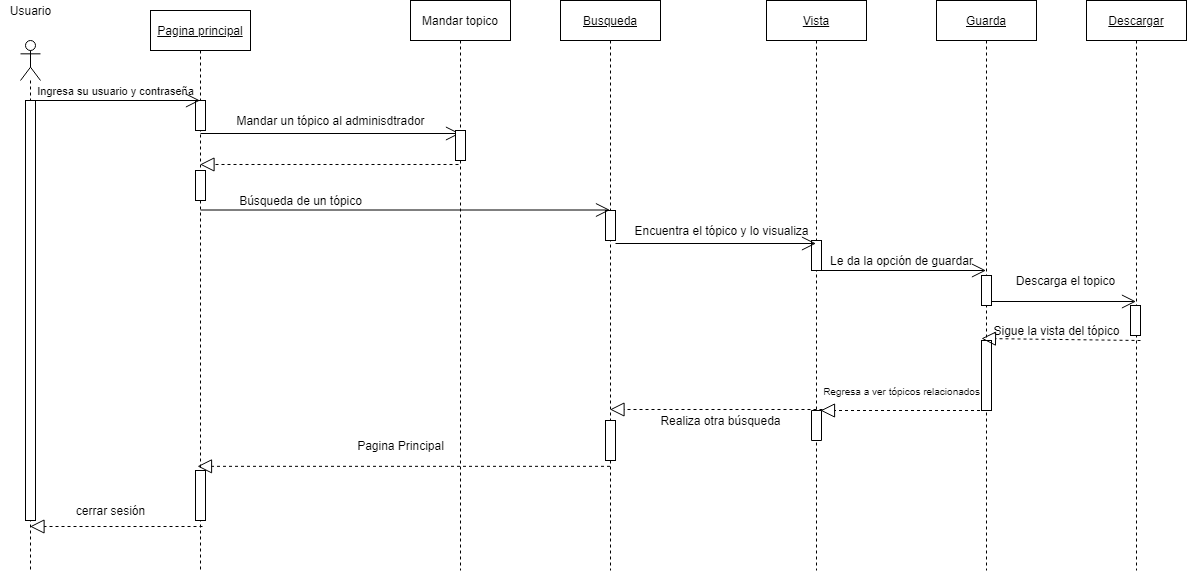
This is Diagramas/Diagramadesecuencausuario.drawio.png from vanessamRodriguez/Analisis-Avanzado-de-Software, a draw.io export, as it was before one commit. Source tidied: cells renumbered, new cells last; positions are measured from the earlier drawing's top-left corner, leaving out a move shared by most shapes. Its diagram source:
```xml
<mxGraphModel>
  <root>
    <mxCell id="0" />
    <mxCell id="1" parent="0" />
    <mxCell id="2" value="&lt;u&gt;Pagina principal&lt;/u&gt;" style="shape=umlLifeline;perimeter=lifelinePerimeter;whiteSpace=wrap;html=1;outlineConnect=0;" parent="1" vertex="1">
      <mxGeometry x="150" y="10" width="100" height="560" as="geometry" />
    </mxCell>
    <mxCell id="3" style="html=1;perimeter=orthogonalPerimeter;" parent="2" vertex="1">
      <mxGeometry x="45" y="90" width="10" height="30" as="geometry" />
    </mxCell>
    <mxCell id="4" style="endArrow=open;endFill=1;endSize=12;html=1;" parent="2" edge="1" target="33">
      <mxGeometry relative="1" as="geometry">
        <mxPoint x="50" y="123" as="sourcePoint" />
      </mxGeometry>
    </mxCell>
    <mxCell id="5" style="html=1;perimeter=orthogonalPerimeter;" parent="2" vertex="1">
      <mxGeometry x="45" y="160" width="10" height="30" as="geometry" />
    </mxCell>
    <mxCell id="6" style="html=1;points=[];perimeter=orthogonalPerimeter;" parent="2" vertex="1">
      <mxGeometry x="45" y="460" width="10" height="50" as="geometry" />
    </mxCell>
    <mxCell id="7" style="shape=umlLifeline;participant=umlActor;perimeter=lifelinePerimeter;whiteSpace=wrap;html=1;verticalAlign=top;spacingTop=36;outlineConnect=0;" parent="1" vertex="1">
      <mxGeometry x="20" y="40" width="20" height="530" as="geometry" />
    </mxCell>
    <mxCell id="8" style="endArrow=open;endFill=1;endSize=12;html=1;" parent="7" edge="1" target="2">
      <mxGeometry relative="1" as="geometry">
        <mxPoint x="10" y="60" as="sourcePoint" />
      </mxGeometry>
    </mxCell>
    <mxCell id="9" style="html=1;perimeter=orthogonalPerimeter;" parent="7" vertex="1">
      <mxGeometry x="5" y="60" width="10" height="420" as="geometry" />
    </mxCell>
    <mxCell id="10" value="Usuario" style="text;html=1;align=center;verticalAlign=middle;strokeColor=none;" parent="1" vertex="1">
      <mxGeometry width="60" height="20" as="geometry" />
    </mxCell>
    <mxCell id="11" value="&lt;font style=&quot;font-size: 11px&quot;&gt;Ingresa su usuario y contraseña&lt;/font&gt;" style="text;html=1;align=center;verticalAlign=middle;strokeColor=none;" parent="1" vertex="1">
      <mxGeometry x="30" y="80" width="170" height="20" as="geometry" />
    </mxCell>
    <mxCell id="12" value="&lt;u&gt;Busqueda&lt;/u&gt;" style="shape=umlLifeline;perimeter=lifelinePerimeter;whiteSpace=wrap;html=1;outlineConnect=0;" parent="1" vertex="1">
      <mxGeometry x="560" width="100" height="570" as="geometry" />
    </mxCell>
    <mxCell id="13" style="html=1;points=[];perimeter=orthogonalPerimeter;" parent="12" vertex="1">
      <mxGeometry x="45" y="210" width="10" height="30" as="geometry" />
    </mxCell>
    <mxCell id="14" style="html=1;perimeter=orthogonalPerimeter;" parent="12" vertex="1">
      <mxGeometry x="45" y="420" width="10" height="40" as="geometry" />
    </mxCell>
    <mxCell id="15" value="&lt;u&gt;Vista&lt;/u&gt;" style="shape=umlLifeline;perimeter=lifelinePerimeter;whiteSpace=wrap;html=1;outlineConnect=0;" parent="1" vertex="1">
      <mxGeometry x="766" width="100" height="570" as="geometry" />
    </mxCell>
    <mxCell id="16" style="html=1;perimeter=orthogonalPerimeter;" parent="15" vertex="1">
      <mxGeometry x="45" y="240" width="10" height="30" as="geometry" />
    </mxCell>
    <mxCell id="17" style="html=1;points=[];perimeter=orthogonalPerimeter;direction=west;" parent="15" vertex="1">
      <mxGeometry x="45" y="410" width="10" height="30" as="geometry" />
    </mxCell>
    <mxCell id="18" value="&lt;u&gt;Guarda&lt;/u&gt;" style="shape=umlLifeline;perimeter=lifelinePerimeter;whiteSpace=wrap;html=1;outlineConnect=0;" parent="1" vertex="1">
      <mxGeometry x="936" width="100" height="570" as="geometry" />
    </mxCell>
    <mxCell id="19" style="html=1;points=[];perimeter=orthogonalPerimeter;" parent="18" vertex="1">
      <mxGeometry x="45" y="275" width="10" height="30" as="geometry" />
    </mxCell>
    <mxCell id="20" style="html=1;perimeter=orthogonalPerimeter;" parent="18" vertex="1">
      <mxGeometry x="45" y="340" width="10" height="70" as="geometry" />
    </mxCell>
    <mxCell id="21" value="Mandar un tópico al adminisdtrador" style="text;html=1;align=center;verticalAlign=middle;strokeColor=none;" parent="1" vertex="1">
      <mxGeometry x="230" y="110" width="200" height="20" as="geometry" />
    </mxCell>
    <mxCell id="22" value="Encuentra el tópico y lo visualiza" style="text;html=1;align=center;verticalAlign=middle;strokeColor=none;" parent="1" vertex="1">
      <mxGeometry x="626" y="220" width="190" height="20" as="geometry" />
    </mxCell>
    <mxCell id="23" value="Le da la opción de guardar" style="text;html=1;align=center;verticalAlign=middle;strokeColor=none;" parent="1" vertex="1">
      <mxGeometry x="821" y="250" width="160" height="20" as="geometry" />
    </mxCell>
    <mxCell id="24" value="&lt;font style=&quot;font-size: 10px&quot;&gt;Regresa a ver tópicos relacionados&lt;/font&gt;" style="text;html=1;align=center;verticalAlign=middle;strokeColor=none;" parent="1" vertex="1">
      <mxGeometry x="816" y="380" width="170" height="20" as="geometry" />
    </mxCell>
    <mxCell id="25" value="Realiza otra búsqueda" style="text;html=1;align=center;verticalAlign=middle;strokeColor=none;" parent="1" vertex="1">
      <mxGeometry x="650" y="410" width="140" height="20" as="geometry" />
    </mxCell>
    <mxCell id="26" value="Pagina Principal" style="text;html=1;align=center;verticalAlign=middle;strokeColor=none;" parent="1" vertex="1">
      <mxGeometry x="350" y="435" width="100" height="20" as="geometry" />
    </mxCell>
    <mxCell id="27" value="cerrar sesión" style="text;html=1;align=center;verticalAlign=middle;strokeColor=none;" parent="1" vertex="1">
      <mxGeometry x="70" y="500" width="80" height="20" as="geometry" />
    </mxCell>
    <mxCell id="28" value="&lt;u&gt;Descargar&lt;/u&gt;" style="shape=umlLifeline;perimeter=lifelinePerimeter;whiteSpace=wrap;html=1;outlineConnect=0;" parent="1" vertex="1">
      <mxGeometry x="1086" width="100" height="570" as="geometry" />
    </mxCell>
    <mxCell id="29" style="html=1;points=[];perimeter=orthogonalPerimeter;" parent="28" vertex="1">
      <mxGeometry x="44" y="305" width="10" height="30" as="geometry" />
    </mxCell>
    <mxCell id="30" style="endArrow=open;endFill=1;endSize=12;html=1;exitX=1;exitY=0.867;exitDx=0;exitDy=0;exitPerimeter=0;" parent="1" edge="1" source="19" target="28">
      <mxGeometry relative="1" as="geometry" />
    </mxCell>
    <mxCell id="31" value="Descarga el topico" style="text;html=1;align=center;verticalAlign=middle;strokeColor=none;" parent="1" vertex="1">
      <mxGeometry x="1010" y="270" width="110" height="20" as="geometry" />
    </mxCell>
    <mxCell id="32" value="Sigue la vista del tópico" style="text;html=1;align=center;verticalAlign=middle;points=[];strokeColor=none;" parent="1" vertex="1">
      <mxGeometry x="986" y="320" width="140" height="20" as="geometry" />
    </mxCell>
    <mxCell id="33" value="Mandar topico" style="shape=umlLifeline;perimeter=lifelinePerimeter;whiteSpace=wrap;html=1;outlineConnect=0;" parent="1" vertex="1">
      <mxGeometry x="410" width="100" height="570" as="geometry" />
    </mxCell>
    <mxCell id="34" style="html=1;points=[];perimeter=orthogonalPerimeter;" parent="33" vertex="1">
      <mxGeometry x="45" y="130" width="10" height="30" as="geometry" />
    </mxCell>
    <mxCell id="35" style="endArrow=open;endFill=1;endSize=12;html=1;" parent="1" edge="1" target="12">
      <mxGeometry relative="1" as="geometry">
        <mxPoint x="200" y="209.5" as="sourcePoint" />
      </mxGeometry>
    </mxCell>
    <mxCell id="36" value="Búsqueda de un tópico" style="text;html=1;align=center;verticalAlign=middle;strokeColor=none;" parent="1" vertex="1">
      <mxGeometry x="230" y="190" width="140" height="20" as="geometry" />
    </mxCell>
    <mxCell id="37" style="endArrow=open;endFill=1;endSize=12;html=1;exitX=1;exitY=1.1;exitDx=0;exitDy=0;exitPerimeter=0;" parent="1" edge="1" source="13" target="15">
      <mxGeometry relative="1" as="geometry" />
    </mxCell>
    <mxCell id="38" style="endArrow=open;endFill=1;endSize=12;html=1;" parent="1" edge="1" target="18">
      <mxGeometry relative="1" as="geometry">
        <mxPoint x="821" y="270" as="sourcePoint" />
      </mxGeometry>
    </mxCell>
    <mxCell id="39" style="endArrow=block;dashed=1;endFill=0;endSize=12;html=1;exitX=0.3;exitY=1.133;exitDx=0;exitDy=0;exitPerimeter=0;" parent="1" edge="1" source="34" target="2">
      <mxGeometry relative="1" as="geometry" />
    </mxCell>
    <mxCell id="40" style="endArrow=block;dashed=1;endFill=0;endSize=12;html=1;exitX=0.7;exitY=1.12;exitDx=0;exitDy=0;exitPerimeter=0;" parent="1" edge="1" source="6" target="7">
      <mxGeometry relative="1" as="geometry" />
    </mxCell>
    <mxCell id="41" style="endArrow=block;dashed=1;endFill=0;endSize=12;html=1;entryX=0.47;entryY=0.814;entryDx=0;entryDy=0;entryPerimeter=0;" parent="1" edge="1" source="12" target="2">
      <mxGeometry relative="1" as="geometry" />
    </mxCell>
    <mxCell id="42" style="endArrow=block;dashed=1;endFill=0;endSize=12;html=1;exitX=-0.1;exitY=1.033;exitDx=0;exitDy=0;exitPerimeter=0;" parent="1" edge="1" source="17" target="12">
      <mxGeometry relative="1" as="geometry" />
    </mxCell>
    <mxCell id="43" style="endArrow=block;dashed=1;endFill=0;endSize=12;html=1;" parent="1" edge="1" source="18">
      <mxGeometry relative="1" as="geometry">
        <mxPoint x="820" y="410" as="targetPoint" />
      </mxGeometry>
    </mxCell>
    <mxCell id="44" style="endArrow=block;dashed=1;endFill=0;endSize=12;html=1;exitX=1;exitY=1.167;exitDx=0;exitDy=0;exitPerimeter=0;entryX=-0.036;entryY=0.9;entryDx=0;entryDy=0;entryPerimeter=0;" parent="1" edge="1" source="29" target="32">
      <mxGeometry relative="1" as="geometry" />
    </mxCell>
  </root>
</mxGraphModel>
```
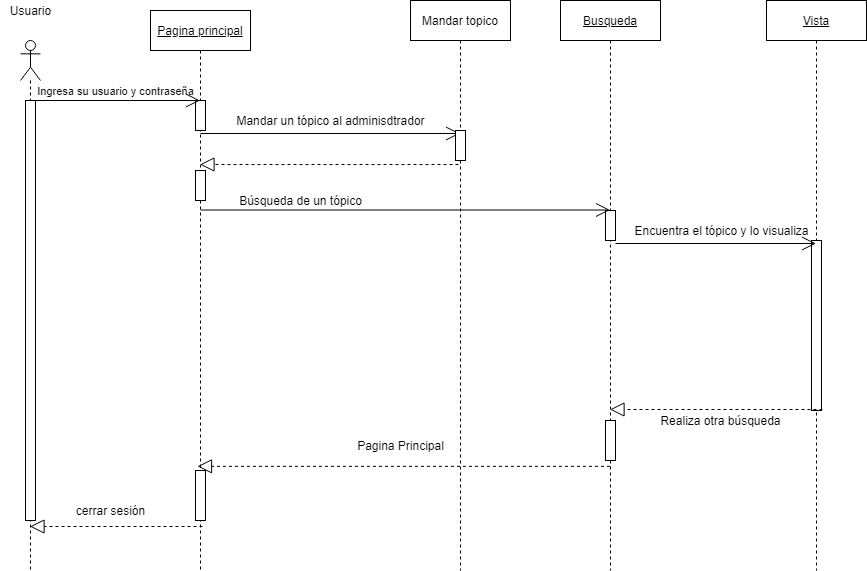
After the commit.

What changed in the source:
```diff
@@ -49,32 +49,14 @@
       <mxGeometry x="766" width="100" height="570" as="geometry" />
     </mxCell>
     <mxCell id="16" style="html=1;perimeter=orthogonalPerimeter;" parent="15" vertex="1">
-      <mxGeometry x="45" y="240" width="10" height="30" as="geometry" />
+      <mxGeometry x="45" y="240" width="10" height="170" as="geometry" />
     </mxCell>
-    <mxCell id="17" style="html=1;points=[];perimeter=orthogonalPerimeter;direction=west;" parent="15" vertex="1">
-      <mxGeometry x="45" y="410" width="10" height="30" as="geometry" />
-    </mxCell>
-    <mxCell id="18" value="&lt;u&gt;Guarda&lt;/u&gt;" style="shape=umlLifeline;perimeter=lifelinePerimeter;whiteSpace=wrap;html=1;outlineConnect=0;" parent="1" vertex="1">
-      <mxGeometry x="936" width="100" height="570" as="geometry" />
-    </mxCell>
-    <mxCell id="19" style="html=1;points=[];perimeter=orthogonalPerimeter;" parent="18" vertex="1">
-      <mxGeometry x="45" y="275" width="10" height="30" as="geometry" />
-    </mxCell>
-    <mxCell id="20" style="html=1;perimeter=orthogonalPerimeter;" parent="18" vertex="1">
-      <mxGeometry x="45" y="340" width="10" height="70" as="geometry" />
-    </mxCell>
     <mxCell id="21" value="Mandar un tópico al adminisdtrador" style="text;html=1;align=center;verticalAlign=middle;strokeColor=none;" parent="1" vertex="1">
       <mxGeometry x="230" y="110" width="200" height="20" as="geometry" />
     </mxCell>
     <mxCell id="22" value="Encuentra el tópico y lo visualiza" style="text;html=1;align=center;verticalAlign=middle;strokeColor=none;" parent="1" vertex="1">
       <mxGeometry x="626" y="220" width="190" height="20" as="geometry" />
     </mxCell>
-    <mxCell id="23" value="Le da la opción de guardar" style="text;html=1;align=center;verticalAlign=middle;strokeColor=none;" parent="1" vertex="1">
-      <mxGeometry x="821" y="250" width="160" height="20" as="geometry" />
-    </mxCell>
-    <mxCell id="24" value="&lt;font style=&quot;font-size: 10px&quot;&gt;Regresa a ver tópicos relacionados&lt;/font&gt;" style="text;html=1;align=center;verticalAlign=middle;strokeColor=none;" parent="1" vertex="1">
-      <mxGeometry x="816" y="380" width="170" height="20" as="geometry" />
-    </mxCell>
     <mxCell id="25" value="Realiza otra búsqueda" style="text;html=1;align=center;verticalAlign=middle;strokeColor=none;" parent="1" vertex="1">
       <mxGeometry x="650" y="410" width="140" height="20" as="geometry" />
     </mxCell>
@@ -84,21 +66,6 @@
     <mxCell id="27" value="cerrar sesión" style="text;html=1;align=center;verticalAlign=middle;strokeColor=none;" parent="1" vertex="1">
       <mxGeometry x="70" y="500" width="80" height="20" as="geometry" />
     </mxCell>
-    <mxCell id="28" value="&lt;u&gt;Descargar&lt;/u&gt;" style="shape=umlLifeline;perimeter=lifelinePerimeter;whiteSpace=wrap;html=1;outlineConnect=0;" parent="1" vertex="1">
-      <mxGeometry x="1086" width="100" height="570" as="geometry" />
-    </mxCell>
-    <mxCell id="29" style="html=1;points=[];perimeter=orthogonalPerimeter;" parent="28" vertex="1">
-      <mxGeometry x="44" y="305" width="10" height="30" as="geometry" />
-    </mxCell>
-    <mxCell id="30" style="endArrow=open;endFill=1;endSize=12;html=1;exitX=1;exitY=0.867;exitDx=0;exitDy=0;exitPerimeter=0;" parent="1" edge="1" source="19" target="28">
-      <mxGeometry relative="1" as="geometry" />
-    </mxCell>
-    <mxCell id="31" value="Descarga el topico" style="text;html=1;align=center;verticalAlign=middle;strokeColor=none;" parent="1" vertex="1">
-      <mxGeometry x="1010" y="270" width="110" height="20" as="geometry" />
-    </mxCell>
-    <mxCell id="32" value="Sigue la vista del tópico" style="text;html=1;align=center;verticalAlign=middle;points=[];strokeColor=none;" parent="1" vertex="1">
-      <mxGeometry x="986" y="320" width="140" height="20" as="geometry" />
-    </mxCell>
     <mxCell id="33" value="Mandar topico" style="shape=umlLifeline;perimeter=lifelinePerimeter;whiteSpace=wrap;html=1;outlineConnect=0;" parent="1" vertex="1">
       <mxGeometry x="410" width="100" height="570" as="geometry" />
     </mxCell>
@@ -116,11 +83,6 @@
     <mxCell id="37" style="endArrow=open;endFill=1;endSize=12;html=1;exitX=1;exitY=1.1;exitDx=0;exitDy=0;exitPerimeter=0;" parent="1" edge="1" source="13" target="15">
       <mxGeometry relative="1" as="geometry" />
     </mxCell>
-    <mxCell id="38" style="endArrow=open;endFill=1;endSize=12;html=1;" parent="1" edge="1" target="18">
-      <mxGeometry relative="1" as="geometry">
-        <mxPoint x="821" y="270" as="sourcePoint" />
-      </mxGeometry>
-    </mxCell>
     <mxCell id="39" style="endArrow=block;dashed=1;endFill=0;endSize=12;html=1;exitX=0.3;exitY=1.133;exitDx=0;exitDy=0;exitPerimeter=0;" parent="1" edge="1" source="34" target="2">
       <mxGeometry relative="1" as="geometry" />
     </mxCell>
@@ -130,16 +92,10 @@
     <mxCell id="41" style="endArrow=block;dashed=1;endFill=0;endSize=12;html=1;entryX=0.47;entryY=0.814;entryDx=0;entryDy=0;entryPerimeter=0;" parent="1" edge="1" source="12" target="2">
       <mxGeometry relative="1" as="geometry" />
     </mxCell>
-    <mxCell id="42" style="endArrow=block;dashed=1;endFill=0;endSize=12;html=1;exitX=-0.1;exitY=1.033;exitDx=0;exitDy=0;exitPerimeter=0;" parent="1" edge="1" source="17" target="12">
-      <mxGeometry relative="1" as="geometry" />
+    <mxCell id="42" style="endArrow=block;dashed=1;endFill=0;endSize=12;html=1;exitX=-0.1;exitY=1.033;exitDx=0;exitDy=0;exitPerimeter=0;" parent="1" edge="1" target="12">
+      <mxGeometry relative="1" as="geometry">
+        <mxPoint x="822" y="409" as="sourcePoint" />
+      </mxGeometry>
     </mxCell>
-    <mxCell id="43" style="endArrow=block;dashed=1;endFill=0;endSize=12;html=1;" parent="1" edge="1" source="18">
-      <mxGeometry relative="1" as="geometry">
-        <mxPoint x="820" y="410" as="targetPoint" />
-      </mxGeometry>
-    </mxCell>
-    <mxCell id="44" style="endArrow=block;dashed=1;endFill=0;endSize=12;html=1;exitX=1;exitY=1.167;exitDx=0;exitDy=0;exitPerimeter=0;entryX=-0.036;entryY=0.9;entryDx=0;entryDy=0;entryPerimeter=0;" parent="1" edge="1" source="29" target="32">
-      <mxGeometry relative="1" as="geometry" />
-    </mxCell>
   </root>
 </mxGraphModel>
```
